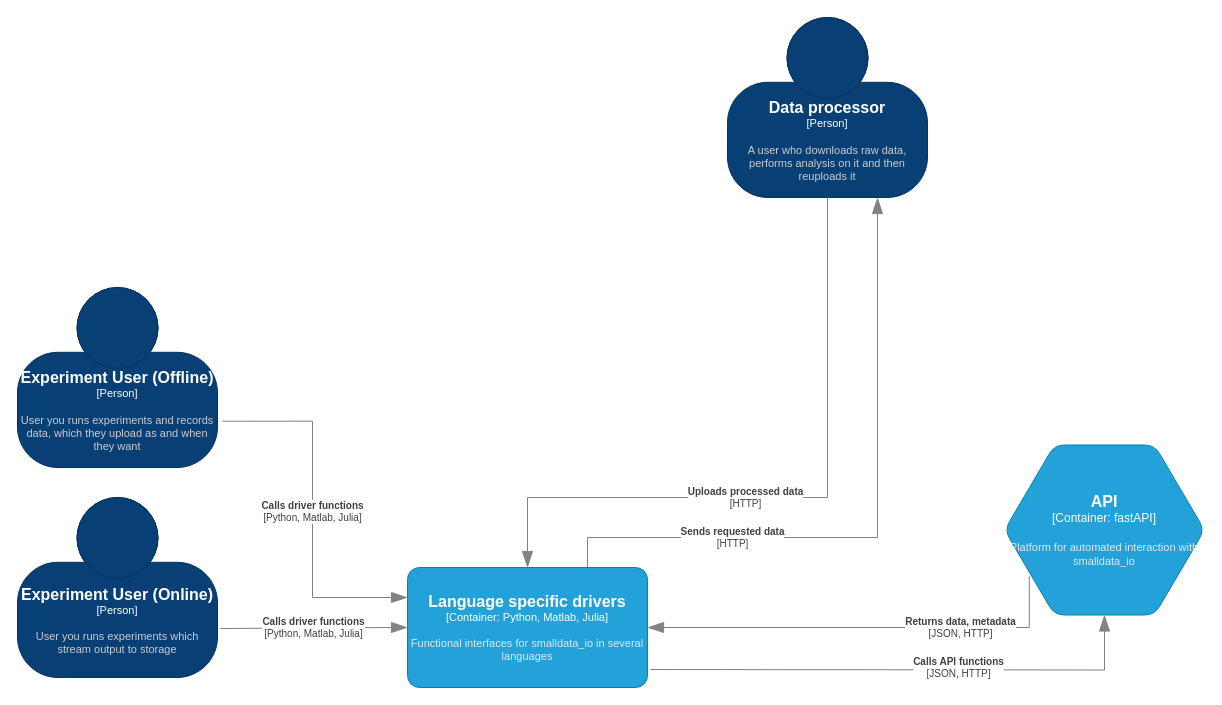
This is page "Component (Language Driver)" (5 of 5) of Smalldata_io.drawio from OliverWoolland/Diagrams, a draw.io file, before an edit. Source tidied: cells renumbered, new cells numbered last; positions are measured from the earlier drawing's top-left corner, leaving out a move shared by most shapes. Both pictures are drawn from the tidied source at 100%, with x=0, y=0 at pixel (17, 17).
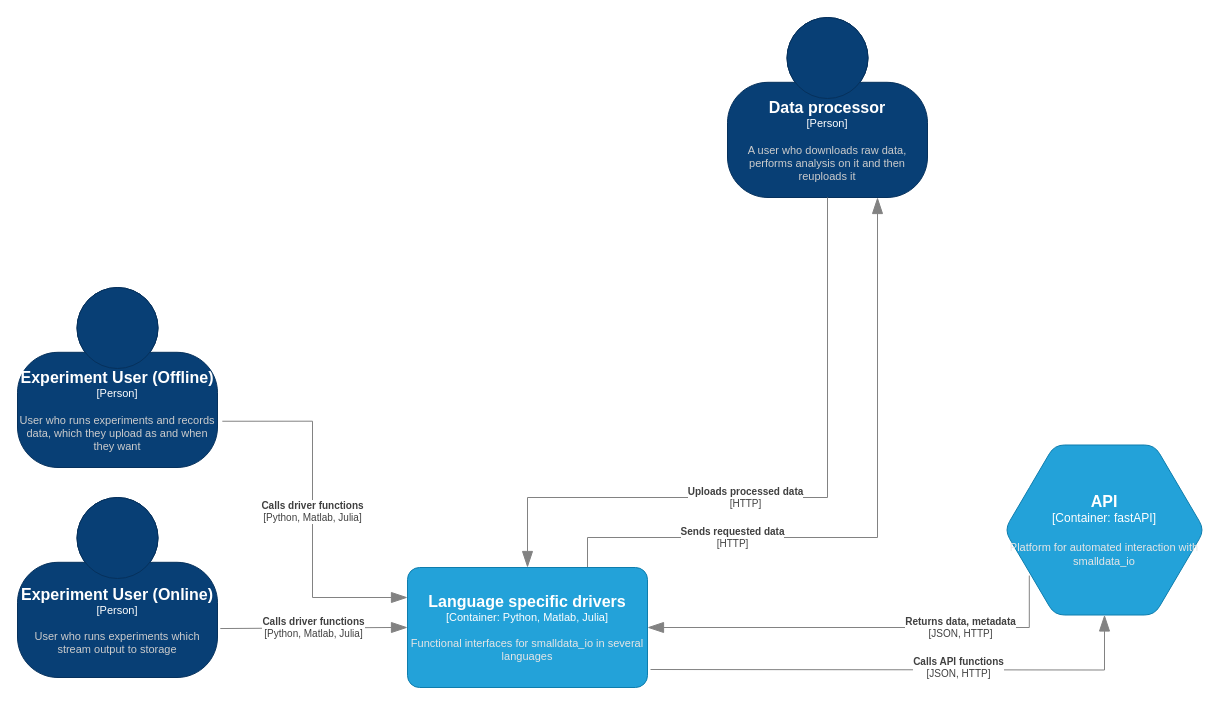
The same page after the edit.

The edit, as a diff of the source:
```diff
@@
-    <object id="2" label="&lt;font style=&quot;font-size: 16px&quot;&gt;&lt;b&gt;%c4Name%&lt;/b&gt;&lt;/font&gt;&lt;div&gt;[%c4Type%]&lt;/div&gt;&lt;br&gt;&lt;div&gt;&lt;font style=&quot;font-size: 11px&quot;&gt;&lt;font color=&quot;#cccccc&quot;&gt;%c4Description%&lt;/font&gt;&lt;/div&gt;" c4Description="User you runs experiments and records data, which they upload as and when they want" c4Name="Experiment User (Offline)" c4Type="Person" placeholders="1">
+    <object id="2" label="&lt;font style=&quot;font-size: 16px&quot;&gt;&lt;b&gt;%c4Name%&lt;/b&gt;&lt;/font&gt;&lt;div&gt;[%c4Type%]&lt;/div&gt;&lt;br&gt;&lt;div&gt;&lt;font style=&quot;font-size: 11px&quot;&gt;&lt;font color=&quot;#cccccc&quot;&gt;%c4Description%&lt;/font&gt;&lt;/div&gt;" c4Description="User who runs experiments and records data, which they upload as and when they want" c4Name="Experiment User (Offline)" c4Type="Person" placeholders="1">
       <mxCell style="html=1;fontSize=11;dashed=0;whiteSpace=wrap;fillColor=#083F75;strokeColor=#06315C;fontColor=#ffffff;shape=mxgraph.c4.person2;align=center;points=[[0.5,0,0],[1,0.5,0],[1,0.75,0],[0.75,1,0],[0.5,1,0],[0.25,1,0],[0,0.75,0],[0,0.5,0]];" parent="1" vertex="1">
         <mxGeometry y="270" width="200" height="180" as="geometry" />
       </mxCell>
     </object>
-    <object id="3" label="&lt;font style=&quot;font-size: 16px&quot;&gt;&lt;b&gt;%c4Name%&lt;/b&gt;&lt;/font&gt;&lt;div&gt;[%c4Type%]&lt;/div&gt;&lt;br&gt;&lt;div&gt;&lt;font style=&quot;font-size: 11px&quot;&gt;&lt;font color=&quot;#cccccc&quot;&gt;%c4Description%&lt;/font&gt;&lt;/div&gt;" c4Description="User you runs experiments which stream output to storage" c4Name="Experiment User (Online)" c4Type="Person" placeholders="1">
+    <object id="3" label="&lt;font style=&quot;font-size: 16px&quot;&gt;&lt;b&gt;%c4Name%&lt;/b&gt;&lt;/font&gt;&lt;div&gt;[%c4Type%]&lt;/div&gt;&lt;br&gt;&lt;div&gt;&lt;font style=&quot;font-size: 11px&quot;&gt;&lt;font color=&quot;#cccccc&quot;&gt;%c4Description%&lt;/font&gt;&lt;/div&gt;" c4Description="User who runs experiments which stream output to storage" c4Name="Experiment User (Online)" c4Type="Person" placeholders="1">
       <mxCell style="html=1;fontSize=11;dashed=0;whiteSpace=wrap;fillColor=#083F75;strokeColor=#06315C;fontColor=#ffffff;shape=mxgraph.c4.person2;align=center;points=[[0.5,0,0],[1,0.5,0],[1,0.75,0],[0.75,1,0],[0.5,1,0],[0.25,1,0],[0,0.75,0],[0,0.5,0]];" parent="1" vertex="1">
         <mxGeometry y="480" width="200" height="180" as="geometry" />
       </mxCell>
     </object>
```
